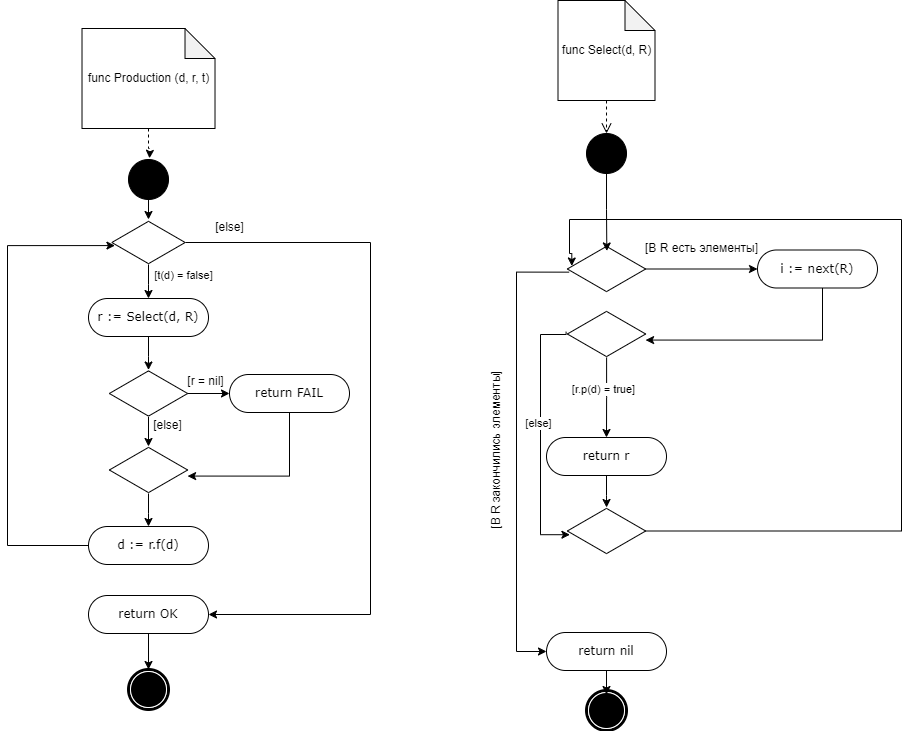
Above: docs/img/ex3.png in IMZolin/PSAD (draw.io), before the change. Source tidied: cells renumbered, new cells last; positions are measured from the earlier drawing's top-left corner, leaving out a move shared by most shapes.
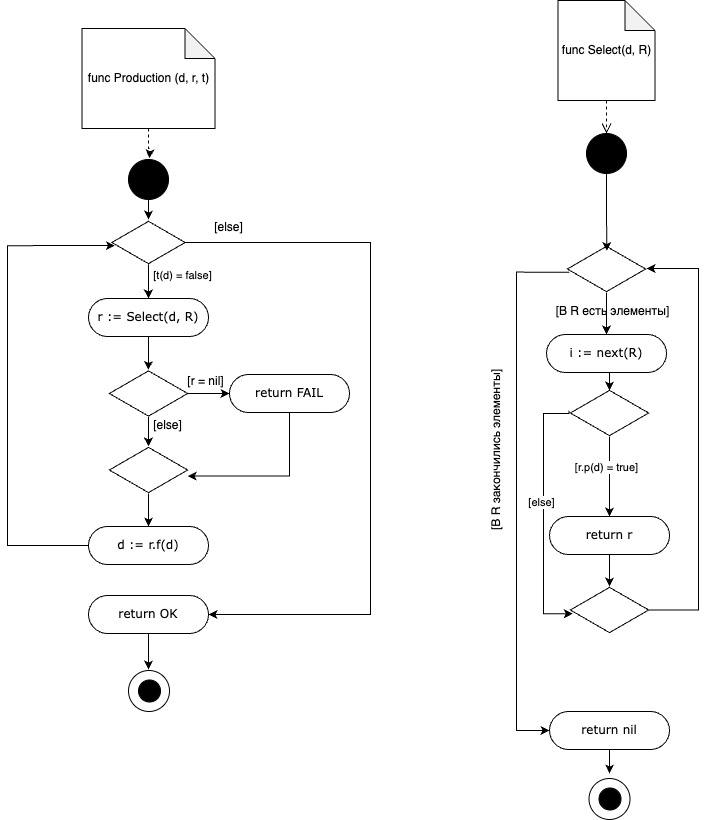
The same file after the commit.

What changed in the source:
```diff
@@ -10,9 +10,6 @@
     <mxCell id="3" style="ellipse;whiteSpace=wrap;html=1;rounded=0;shadow=0;comic=0;labelBackgroundColor=none;strokeWidth=1;fillColor=#000000;fontFamily=Verdana;fontSize=12;align=center;" parent="1" vertex="1">
       <mxGeometry x="121" y="159" width="40" height="40" as="geometry" />
     </mxCell>
-    <mxCell id="4" style="shape=mxgraph.bpmn.shape;html=1;verticalLabelPosition=bottom;labelBackgroundColor=#ffffff;verticalAlign=top;perimeter=ellipsePerimeter;outline=end;symbol=terminate;rounded=0;shadow=0;comic=0;strokeWidth=1;fontFamily=Verdana;fontSize=12;align=center;" parent="1" vertex="1">
-      <mxGeometry x="121" y="669" width="40" height="40" as="geometry" />
-    </mxCell>
     <mxCell id="5" style="edgeStyle=orthogonalEdgeStyle;rounded=0;jettySize=auto;html=1;entryX=0.5;entryY=0;entryDx=0;entryDy=0;" parent="1" edge="1" source="8" target="10">
       <mxGeometry relative="1" as="geometry" />
     </mxCell>
@@ -50,8 +47,10 @@
     <mxCell id="14" value="return FAIL" style="rounded=1;whiteSpace=wrap;html=1;shadow=0;comic=0;labelBackgroundColor=none;strokeWidth=1;fontFamily=Verdana;fontSize=12;align=center;arcSize=50;" parent="1" vertex="1">
       <mxGeometry x="222" y="374" width="120" height="38" as="geometry" />
     </mxCell>
-    <mxCell id="15" style="edgeStyle=orthogonalEdgeStyle;rounded=0;jettySize=auto;html=1;entryX=0.5;entryY=0;entryDx=0;entryDy=0;" parent="1" edge="1" source="16" target="4">
-      <mxGeometry relative="1" as="geometry" />
+    <mxCell id="15" style="edgeStyle=orthogonalEdgeStyle;rounded=0;jettySize=auto;html=1;entryX=0.5;entryY=0;entryDx=0;entryDy=0;" parent="1" edge="1" source="16">
+      <mxGeometry relative="1" as="geometry">
+        <mxPoint x="141" y="669" as="targetPoint" />
+      </mxGeometry>
     </mxCell>
     <mxCell id="16" value="return OK" style="rounded=1;whiteSpace=wrap;html=1;shadow=0;comic=0;labelBackgroundColor=none;strokeWidth=1;fontFamily=Verdana;fontSize=12;align=center;arcSize=50;" parent="1" vertex="1">
       <mxGeometry x="81" y="595" width="120" height="38" as="geometry" />
@@ -92,33 +91,30 @@
     <mxCell id="25" style="ellipse;whiteSpace=wrap;html=1;rounded=0;shadow=0;comic=0;labelBackgroundColor=none;strokeWidth=1;fillColor=#000000;fontFamily=Verdana;fontSize=12;align=center;" parent="1" vertex="1">
       <mxGeometry x="579" y="133" width="40" height="40" as="geometry" />
     </mxCell>
-    <mxCell id="26" style="shape=mxgraph.bpmn.shape;html=1;verticalLabelPosition=bottom;labelBackgroundColor=#ffffff;verticalAlign=top;perimeter=ellipsePerimeter;outline=end;symbol=terminate;rounded=0;shadow=0;comic=0;strokeWidth=1;fontFamily=Verdana;fontSize=12;align=center;" parent="1" vertex="1">
-      <mxGeometry x="579" y="690" width="40" height="40" as="geometry" />
-    </mxCell>
+    <mxCell id="28" style="edgeStyle=orthogonalEdgeStyle;rounded=0;jettySize=auto;html=1;entryX=0;entryY=0.5;entryDx=0;entryDy=0;exitX=0.023;exitY=0.567;exitDx=0;exitDy=0;exitPerimeter=0;" parent="1" edge="1" source="29" target="32">
+      <mxGeometry relative="1" as="geometry">
+        <Array as="points">
+          <mxPoint x="509" y="272" />
+          <mxPoint x="509" y="730" />
+        </Array>
+      </mxGeometry>
+    </mxCell>
-    <mxCell id="27" style="edgeStyle=orthogonalEdgeStyle;rounded=0;jettySize=auto;html=1;entryX=0;entryY=0.5;entryDx=0;entryDy=0;" parent="1" edge="1" source="29" target="30">
+    <mxCell id="27" style="edgeStyle=orthogonalEdgeStyle;rounded=0;jettySize=auto;html=1;entryX=0.5;entryY=0;entryDx=0;entryDy=0;" parent="1" edge="1" source="29" target="30">
       <mxGeometry relative="1" as="geometry" />
     </mxCell>
-    <mxCell id="28" style="edgeStyle=orthogonalEdgeStyle;rounded=0;jettySize=auto;html=1;entryX=0;entryY=0.5;entryDx=0;entryDy=0;exitX=0.023;exitY=0.567;exitDx=0;exitDy=0;exitPerimeter=0;" parent="1" edge="1" source="29" target="32">
-      <mxGeometry relative="1" as="geometry">
-        <Array as="points">
-          <mxPoint x="509" y="272" />
-          <mxPoint x="509" y="651" />
-        </Array>
-      </mxGeometry>
-    </mxCell>
     <mxCell id="29" style="html=1;whiteSpace=wrap;shape=isoRectangle;" parent="1" vertex="1">
       <mxGeometry x="559.8" y="245" width="78.3" height="47" as="geometry" />
     </mxCell>
     <mxCell id="30" value="i := next(R)" style="rounded=1;whiteSpace=wrap;html=1;shadow=0;comic=0;labelBackgroundColor=none;strokeWidth=1;fontFamily=Verdana;fontSize=12;align=center;arcSize=50;" parent="1" vertex="1">
-      <mxGeometry x="750" y="249.5" width="120" height="38" as="geometry" />
+      <mxGeometry x="539" y="334" width="120" height="38" as="geometry" />
     </mxCell>
     <mxCell id="31" style="edgeStyle=orthogonalEdgeStyle;rounded=0;jettySize=auto;html=1;entryX=0.5;entryY=0;entryDx=0;entryDy=0;" parent="1" edge="1" source="32">
       <mxGeometry relative="1" as="geometry">
-        <mxPoint x="599" y="694" as="targetPoint" />
+        <mxPoint x="602" y="773" as="targetPoint" />
       </mxGeometry>
     </mxCell>
     <mxCell id="32" value="return nil" style="rounded=1;whiteSpace=wrap;html=1;shadow=0;comic=0;labelBackgroundColor=none;strokeWidth=1;fontFamily=Verdana;fontSize=12;align=center;arcSize=50;" parent="1" vertex="1">
-      <mxGeometry x="539" y="632" width="120" height="38" as="geometry" />
+      <mxGeometry x="542" y="711" width="120" height="38" as="geometry" />
     </mxCell>
     <mxCell id="33" style="edgeStyle=orthogonalEdgeStyle;rounded=0;jettySize=auto;html=1;entryX=0.5;entryY=0;entryDx=0;entryDy=0;" parent="1" edge="1" source="35" target="38">
       <mxGeometry relative="1" as="geometry" />
@@ -127,23 +123,16 @@
       <mxGeometry x="-0.24" y="-4" relative="1" as="geometry" />
     </mxCell>
     <mxCell id="35" style="html=1;whiteSpace=wrap;shape=isoRectangle;" parent="1" vertex="1">
-      <mxGeometry x="559.8" y="310" width="78.3" height="47" as="geometry" />
+      <mxGeometry x="562.9" y="389" width="78.3" height="47" as="geometry" />
     </mxCell>
-    <mxCell id="36" style="edgeStyle=orthogonalEdgeStyle;rounded=0;jettySize=auto;html=1;entryX=0.999;entryY=0.629;entryDx=0;entryDy=0;entryPerimeter=0;" parent="1" edge="1" source="30" target="35">
-      <mxGeometry relative="1" as="geometry">
-        <Array as="points">
-          <mxPoint x="815" y="340" />
-        </Array>
-      </mxGeometry>
-    </mxCell>
     <mxCell id="37" style="edgeStyle=orthogonalEdgeStyle;rounded=0;jettySize=auto;html=1;" parent="1" edge="1" source="38" target="42">
       <mxGeometry relative="1" as="geometry" />
     </mxCell>
     <mxCell id="38" value="return r" style="rounded=1;whiteSpace=wrap;html=1;shadow=0;comic=0;labelBackgroundColor=none;strokeWidth=1;fontFamily=Verdana;fontSize=12;align=center;arcSize=50;" parent="1" vertex="1">
-      <mxGeometry x="539" y="437" width="120" height="38" as="geometry" />
+      <mxGeometry x="542" y="516" width="120" height="38" as="geometry" />
     </mxCell>
     <mxCell id="39" value="[В R есть элементы]" style="text;html=1;align=center;verticalAlign=middle;strokeColor=none;fillColor=none;" parent="1" vertex="1">
-      <mxGeometry x="628" y="235" width="131" height="26" as="geometry" />
+      <mxGeometry x="539" y="298" width="131" height="26" as="geometry" />
     </mxCell>
     <mxCell id="40" value="[В R закончились элементы]" style="text;html=1;align=center;verticalAlign=middle;strokeColor=none;fillColor=none;rotation=270;" parent="1" vertex="1">
       <mxGeometry x="401" y="437" width="176" height="26" as="geometry" />
@@ -152,31 +141,20 @@
       <mxGeometry relative="1" as="geometry" />
     </mxCell>
     <mxCell id="42" style="html=1;whiteSpace=wrap;shape=isoRectangle;" parent="1" vertex="1">
-      <mxGeometry x="559.8" y="507" width="78.3" height="47" as="geometry" />
+      <mxGeometry x="562.9" y="586" width="78.3" height="47" as="geometry" />
     </mxCell>
     <mxCell id="43" style="edgeStyle=orthogonalEdgeStyle;rounded=0;jettySize=auto;html=1;entryX=0.033;entryY=0.579;entryDx=0;entryDy=0;entryPerimeter=0;exitX=-0.016;exitY=0.453;exitDx=0;exitDy=0;exitPerimeter=0;" parent="1" edge="1" source="35" target="42">
       <mxGeometry relative="1" as="geometry">
         <Array as="points">
-          <mxPoint x="559" y="334" />
-          <mxPoint x="533" y="334" />
-          <mxPoint x="533" y="534" />
+          <mxPoint x="562" y="413" />
+          <mxPoint x="536" y="413" />
+          <mxPoint x="536" y="613" />
         </Array>
       </mxGeometry>
     </mxCell>
     <mxCell id="44" value="[else]" style="edgeLabel;html=1;align=center;verticalAlign=middle;" parent="43" vertex="1">
       <mxGeometry x="-0.09" y="-3" relative="1" as="geometry" />
     </mxCell>
-    <mxCell id="45" style="edgeStyle=orthogonalEdgeStyle;rounded=0;jettySize=auto;html=1;entryX=0.057;entryY=0.436;entryDx=0;entryDy=0;entryPerimeter=0;" parent="1" edge="1" source="42" target="29">
-      <mxGeometry relative="1" as="geometry">
-        <Array as="points">
-          <mxPoint x="894" y="530" />
-          <mxPoint x="894" y="219" />
-          <mxPoint x="562" y="219" />
-          <mxPoint x="562" y="253" />
-          <mxPoint x="564" y="253" />
-        </Array>
-      </mxGeometry>
-    </mxCell>
     <mxCell id="46" style="edgeStyle=orthogonalEdgeStyle;rounded=0;jettySize=auto;html=1;strokeColor=default;dashed=1;" parent="1" edge="1" source="47">
       <mxGeometry relative="1" as="geometry">
         <mxPoint x="142" y="157.8" as="targetPoint" />
@@ -191,5 +169,28 @@
     <mxCell id="49" style="html=1;verticalAlign=bottom;endArrow=open;dashed=1;endSize=8;curved=0;rounded=0;entryX=0.5;entryY=0;entryDx=0;entryDy=0;" parent="1" edge="1" source="48" target="25">
       <mxGeometry relative="1" as="geometry" />
     </mxCell>
+    <mxCell id="50" style="ellipse;whiteSpace=wrap;html=1;" parent="1" vertex="1">
+      <mxGeometry x="121" y="670" width="41" height="41" as="geometry" />
+    </mxCell>
+    <mxCell id="51" style="ellipse;whiteSpace=wrap;html=1;rounded=0;shadow=0;comic=0;labelBackgroundColor=none;strokeWidth=1;fillColor=#000000;fontFamily=Verdana;fontSize=12;align=center;" parent="1" vertex="1">
+      <mxGeometry x="131" y="679.5" width="22" height="22" as="geometry" />
+    </mxCell>
+    <mxCell id="36" style="edgeStyle=orthogonalEdgeStyle;rounded=0;jettySize=auto;html=1;exitX=0.5;exitY=1;exitDx=0;exitDy=0;entryX=0.5;entryY=0.021;entryDx=0;entryDy=0;entryPerimeter=0;" parent="1" edge="1" source="30" target="35">
+      <mxGeometry relative="1" as="geometry" />
+    </mxCell>
+    <mxCell id="45" style="edgeStyle=orthogonalEdgeStyle;rounded=0;jettySize=auto;html=1;entryX=1.011;entryY=0.489;entryDx=0;entryDy=0;entryPerimeter=0;" parent="1" edge="1" source="42" target="29">
+      <mxGeometry relative="1" as="geometry">
+        <Array as="points">
+          <mxPoint x="691" y="610" />
+          <mxPoint x="691" y="268" />
+        </Array>
+      </mxGeometry>
+    </mxCell>
+    <mxCell id="52" style="ellipse;whiteSpace=wrap;html=1;" parent="1" vertex="1">
+      <mxGeometry x="581.5" y="778" width="41" height="41" as="geometry" />
+    </mxCell>
+    <mxCell id="53" style="ellipse;whiteSpace=wrap;html=1;rounded=0;shadow=0;comic=0;labelBackgroundColor=none;strokeWidth=1;fillColor=#000000;fontFamily=Verdana;fontSize=12;align=center;" parent="1" vertex="1">
+      <mxGeometry x="591.5" y="787.5" width="22" height="22" as="geometry" />
+    </mxCell>
   </root>
 </mxGraphModel>
```
